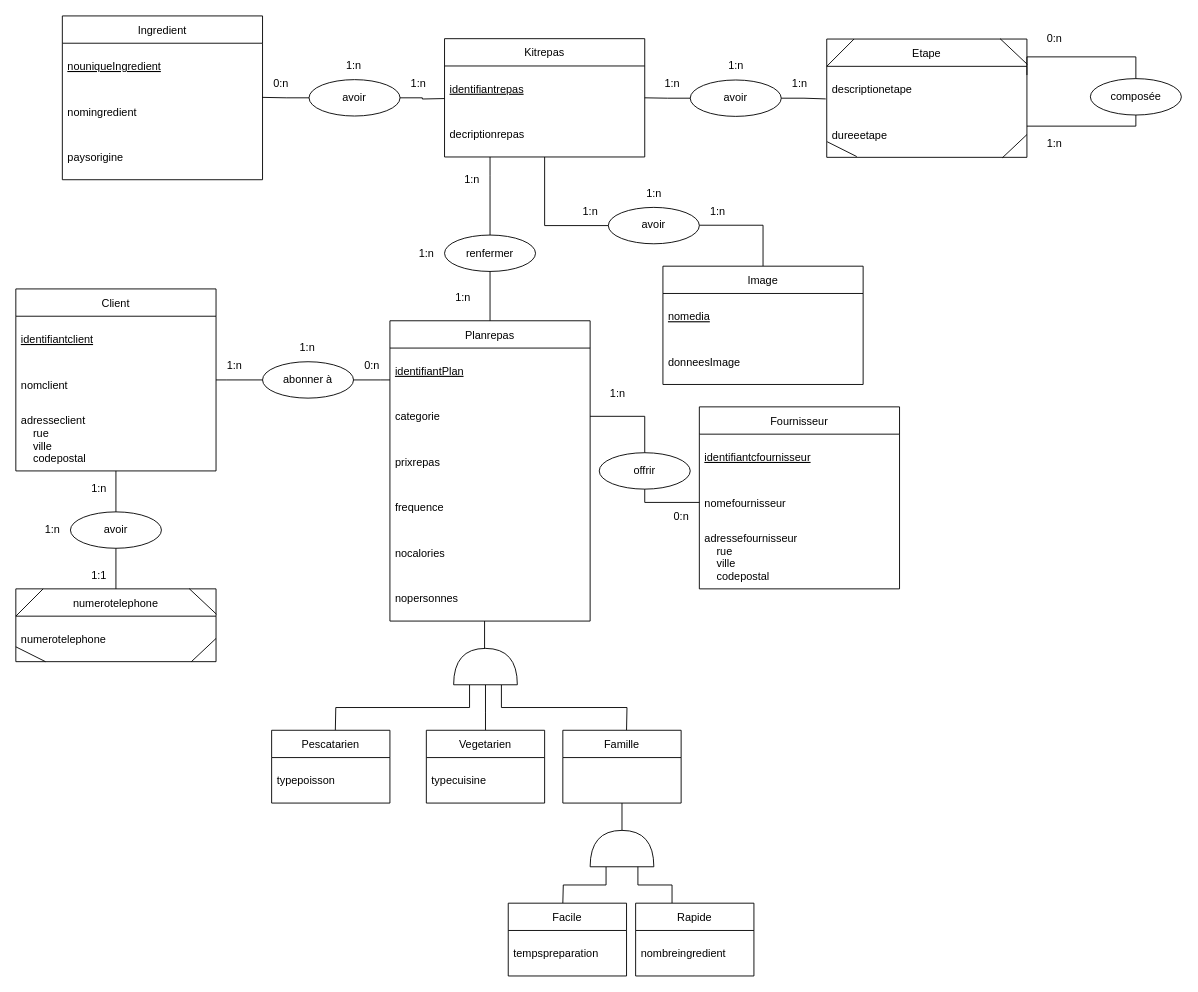
Earlier version of the draw.io diagram TP2.drawio (laura-salas/IFT3710). Source tidied: cells renumbered, new cells numbered last; positions are measured from the earlier drawing's top-left corner, leaving out a move shared by most shapes. Both pictures are drawn from the tidied source at 91%, with x=0, y=0 at pixel (15, 15).
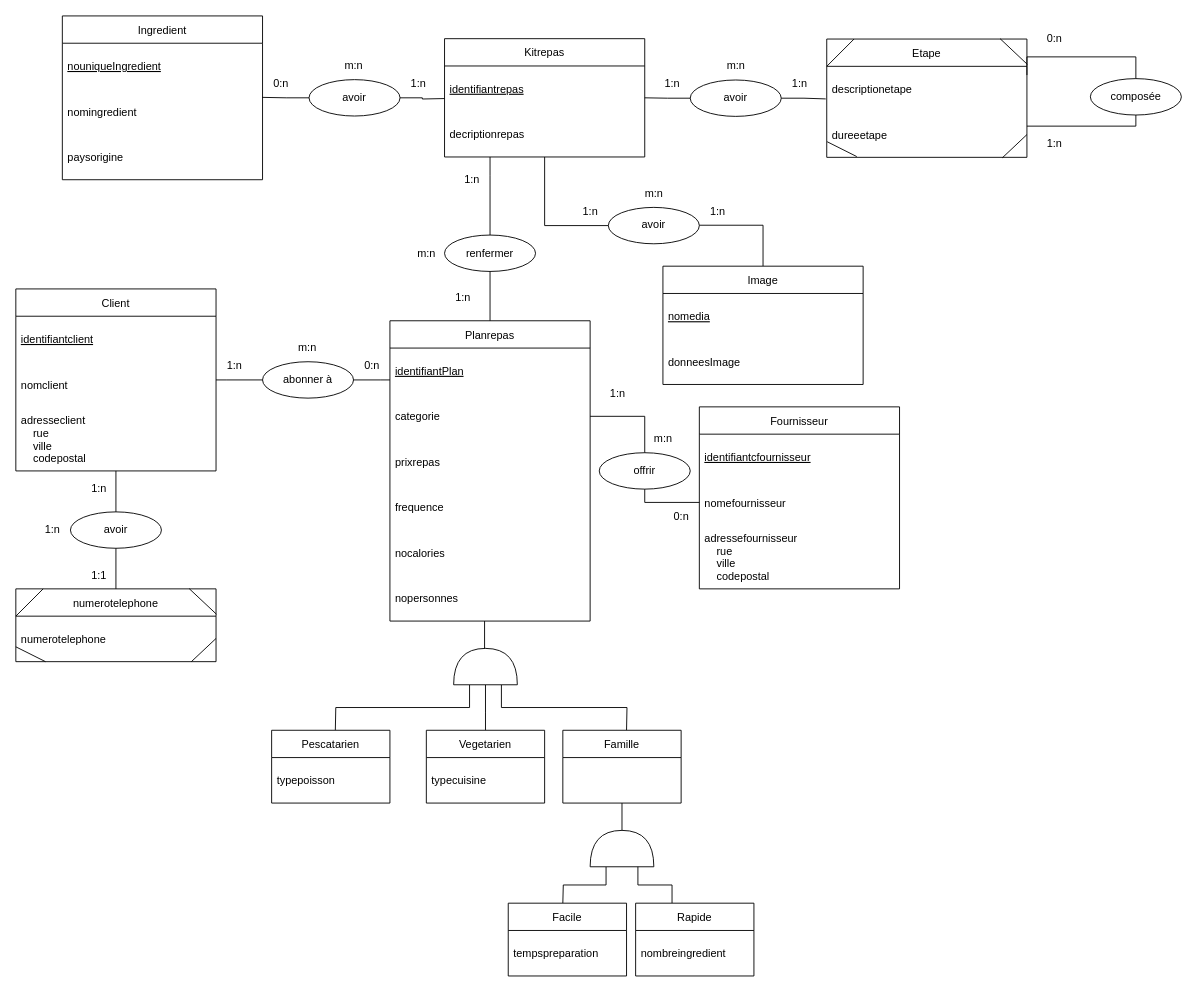
The same diagram, later.

Change to the diagram source:
```diff
@@
-    <mxCell id="34" value="1:n" style="text;html=1;align=center;verticalAlign=middle;strokeColor=none;fillColor=none;" parent="1" vertex="1">
+    <mxCell id="34" value="m:n" style="text;html=1;align=center;verticalAlign=middle;strokeColor=none;fillColor=none;" parent="1" vertex="1">
       <mxGeometry x="351" y="40" width="40" height="30" as="geometry" />
     </mxCell>
-    <mxCell id="35" value="1:n" style="text;html=1;align=center;verticalAlign=middle;strokeColor=none;fillColor=none;" parent="1" vertex="1">
+    <mxCell id="35" value="m:n" style="text;html=1;align=center;verticalAlign=middle;strokeColor=none;fillColor=none;" parent="1" vertex="1">
       <mxGeometry x="771" y="40" width="40" height="30" as="geometry" />
     </mxCell>
@@
-    <mxCell id="48" value="1:n" style="text;html=1;align=center;verticalAlign=middle;strokeColor=none;fillColor=none;" parent="1" vertex="1">
+    <mxCell id="48" value="m:n" style="text;html=1;align=center;verticalAlign=middle;strokeColor=none;fillColor=none;" parent="1" vertex="1">
       <mxGeometry x="681" y="180" width="40" height="30" as="geometry" />
     </mxCell>
@@
-    <mxCell id="55" value="1:n" style="text;html=1;align=center;verticalAlign=middle;strokeColor=none;fillColor=none;" parent="1" vertex="1">
+    <mxCell id="55" value="m:n" style="text;html=1;align=center;verticalAlign=middle;strokeColor=none;fillColor=none;" parent="1" vertex="1">
       <mxGeometry x="431" y="245.8" width="40" height="30" as="geometry" />
     </mxCell>
@@
-    <mxCell id="68" value="1:n" style="text;html=1;align=center;verticalAlign=middle;strokeColor=none;fillColor=none;" parent="1" vertex="1">
+    <mxCell id="68" value="m:n" style="text;html=1;align=center;verticalAlign=middle;strokeColor=none;fillColor=none;" parent="1" vertex="1">
       <mxGeometry x="299.9" y="350" width="40" height="30" as="geometry" />
     </mxCell>
@@
+    <mxCell id="104" value="m:n" style="text;html=1;align=center;verticalAlign=middle;strokeColor=none;fillColor=none;" parent="1" vertex="1">
+      <mxGeometry x="691" y="450" width="40" height="30" as="geometry" />
+    </mxCell>
```
